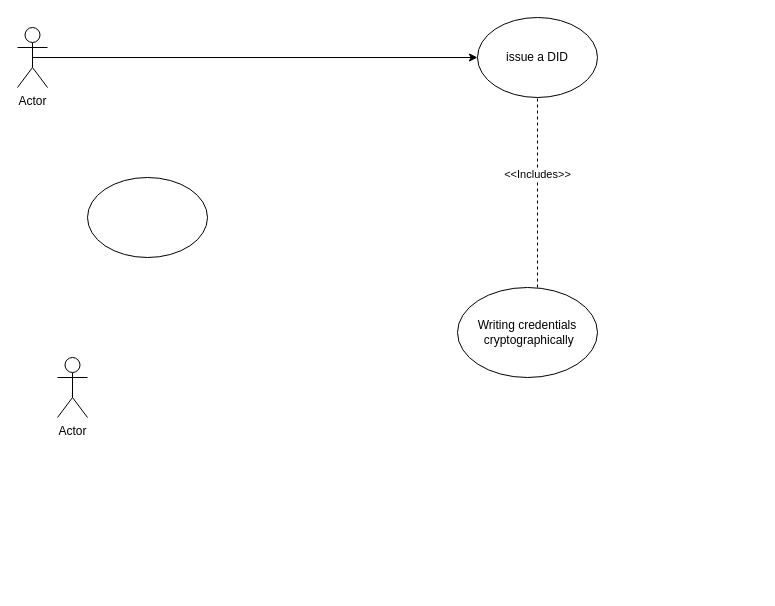
Before: Untitled Diagram.drawio in danielmulangu/Equation, a draw.io diagram. Source tidied: cells renumbered, new cells numbered last; positions are measured from the earlier drawing's top-left corner, leaving out a move shared by most shapes. Both pictures are drawn from the tidied source at 100%, with x=0, y=0 at pixel (17, 17).
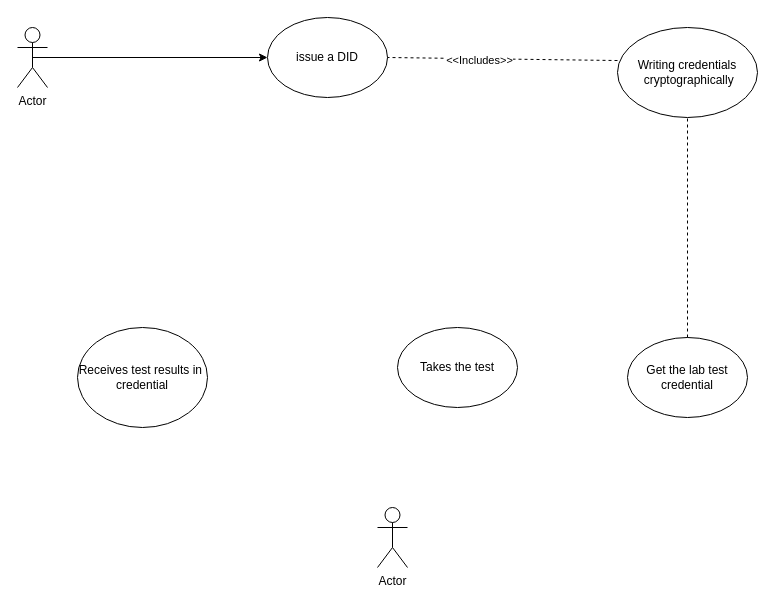
The same page after the edit.

Change to the diagram source:
```diff
@@
 <mxGraphModel>
   <root>
     <mxCell id="0" />
     <mxCell id="1" parent="0" />
     <mxCell id="2" style="edgeStyle=orthogonalEdgeStyle;rounded=0;jettySize=auto;html=1;exitX=0.5;exitY=0.5;exitDx=0;exitDy=0;exitPerimeter=0;" parent="1" edge="1" source="3" target="4">
       <mxGeometry relative="1" as="geometry" />
     </mxCell>
     <mxCell id="3" value="Actor" style="shape=umlActor;verticalLabelPosition=bottom;verticalAlign=top;html=1;outlineConnect=0;" parent="1" vertex="1">
       <mxGeometry y="10" width="30" height="60" as="geometry" />
     </mxCell>
     <mxCell id="4" value="issue a DID" style="ellipse;whiteSpace=wrap;html=1;" parent="1" vertex="1">
-      <mxGeometry x="460" width="120" height="80" as="geometry" />
+      <mxGeometry x="250" width="120" height="80" as="geometry" />
     </mxCell>
     <mxCell id="5" value="Actor" style="shape=umlActor;verticalLabelPosition=bottom;verticalAlign=top;html=1;" parent="1" vertex="1">
-      <mxGeometry x="40" y="340" width="30" height="60" as="geometry" />
+      <mxGeometry x="360" y="490" width="30" height="60" as="geometry" />
     </mxCell>
-    <mxCell id="6" style="endArrow=none;dashed=1;html=1;rounded=0;entryX=0.5;entryY=1;entryDx=0;entryDy=0;" parent="1" edge="1" target="4">
-      <mxGeometry relative="1" as="geometry">
-        <mxPoint x="520" y="270" as="sourcePoint" />
-      </mxGeometry>
+    <mxCell id="6" style="endArrow=none;dashed=1;html=1;rounded=0;entryX=1;entryY=0.5;entryDx=0;entryDy=0;exitX=0;exitY=0.367;exitDx=0;exitDy=0;exitPerimeter=0;" parent="1" edge="1" source="8" target="4">
+      <mxGeometry relative="1" as="geometry" />
     </mxCell>
     <mxCell id="7" value="&amp;lt;&amp;lt;Includes&amp;gt;&amp;gt;" style="edgeLabel;html=1;align=center;verticalAlign=middle;" parent="6" vertex="1">
       <mxGeometry x="0.2" y="1" relative="1" as="geometry" />
     </mxCell>
     <mxCell id="8" value="Writing credentials &amp;nbsp;cryptographically" style="ellipse;whiteSpace=wrap;html=1;" parent="1" vertex="1">
-      <mxGeometry x="440" y="270" width="140" height="90" as="geometry" />
+      <mxGeometry x="600" y="10" width="140" height="90" as="geometry" />
     </mxCell>
-    <mxCell id="9" style="ellipse;whiteSpace=wrap;html=1;" parent="1" vertex="1">
-      <mxGeometry x="70" y="160" width="120" height="80" as="geometry" />
+    <mxCell id="9" value="Get the lab test credential" style="ellipse;whiteSpace=wrap;html=1;" parent="1" vertex="1">
+      <mxGeometry x="610" y="320" width="120" height="80" as="geometry" />
     </mxCell>
+    <mxCell id="10" value="Takes the test" style="ellipse;whiteSpace=wrap;html=1;" parent="1" vertex="1">
+      <mxGeometry x="380" y="310" width="120" height="80" as="geometry" />
+    </mxCell>
+    <mxCell id="11" value="Receives test results in&amp;nbsp;&lt;br&gt;credential" style="ellipse;whiteSpace=wrap;html=1;" parent="1" vertex="1">
+      <mxGeometry x="60" y="310" width="130" height="100" as="geometry" />
+    </mxCell>
+    <mxCell id="12" style="endArrow=none;dashed=1;html=1;rounded=0;entryX=0.5;entryY=1;entryDx=0;entryDy=0;" parent="1" edge="1" target="8">
+      <mxGeometry relative="1" as="geometry">
+        <mxPoint x="670" y="320" as="sourcePoint" />
+        <Array as="points">
+          <mxPoint x="670" y="230" />
+        </Array>
+      </mxGeometry>
+    </mxCell>
   </root>
 </mxGraphModel>
```
